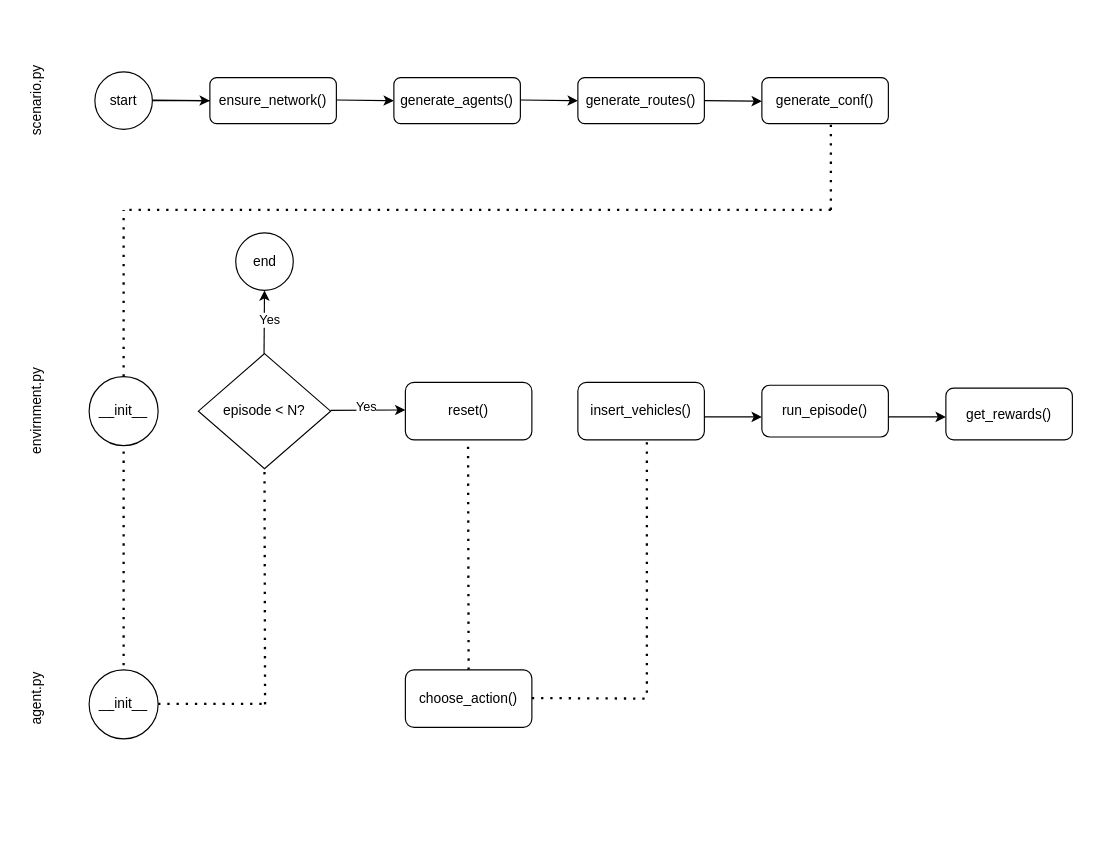
Before: Thesis.drawio in MiguelDonado/TFM_TraSIrr, a draw.io diagram. Source tidied: cells renumbered, new cells numbered last; positions are measured from the earlier drawing's top-left corner, leaving out a move shared by most shapes. Both pictures are drawn from the tidied source at 115%, with x=0, y=0 at pixel (-32, 71).
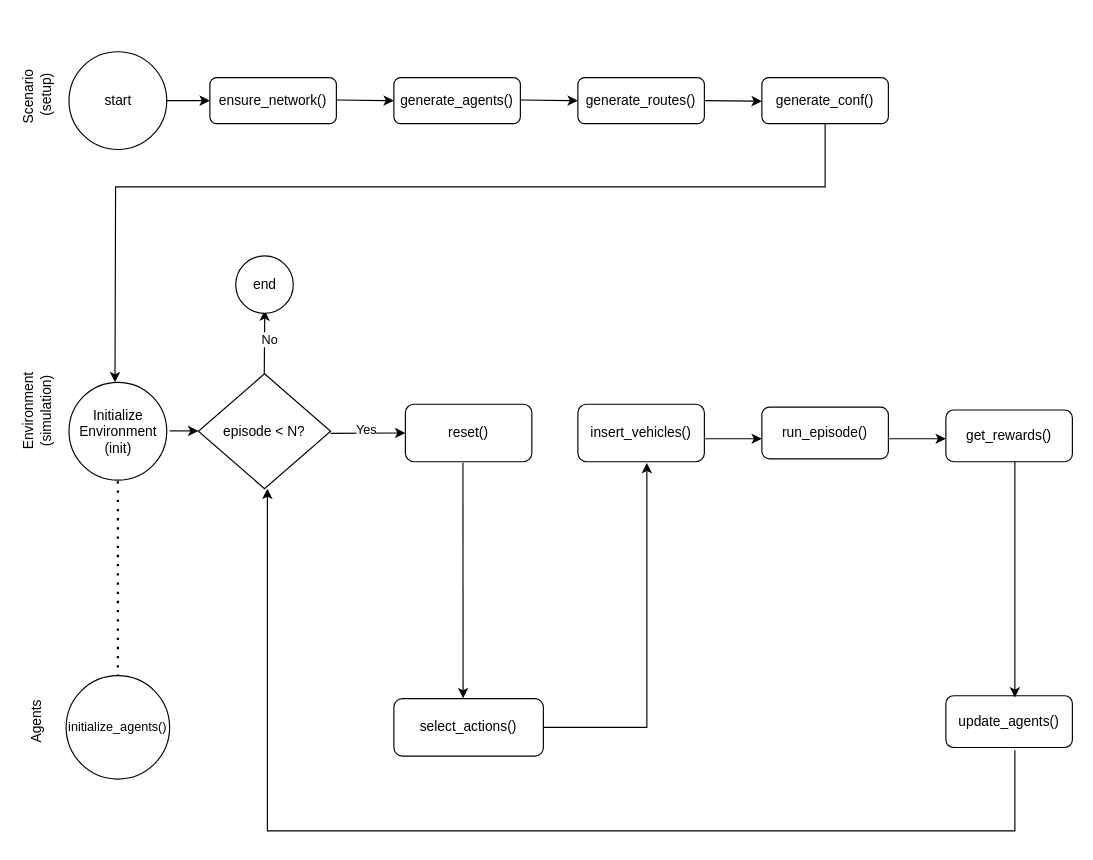
The same page after the edit.

Diff of the diagram source:
```diff
@@
-    <mxCell id="2" style="edgeStyle=orthogonalEdgeStyle;rounded=0;jettySize=auto;html=1;" parent="1" edge="1" source="3">
-      <mxGeometry relative="1" as="geometry">
-        <mxPoint x="240" y="25" as="targetPoint" />
-      </mxGeometry>
-    </mxCell>
     <mxCell id="3" value="start" style="ellipse;whiteSpace=wrap;html=1;" parent="1" vertex="1">
-      <mxGeometry x="110" width="50" height="50" as="geometry" />
+      <mxGeometry x="87.5" y="-17.5" width="85" height="85" as="geometry" />
     </mxCell>
-    <mxCell id="4" value="scenario.py" style="text;html=1;whiteSpace=wrap;strokeColor=none;fillColor=none;align=center;verticalAlign=middle;rounded=0;rotation=-90;" parent="1" vertex="1">
-      <mxGeometry y="10" width="120" height="30" as="geometry" />
+    <mxCell id="4" value="&lt;div&gt;Scenario&amp;nbsp;&lt;/div&gt;&lt;div&gt;(setup)&lt;/div&gt;" style="text;html=1;whiteSpace=wrap;strokeColor=none;fillColor=none;align=center;verticalAlign=middle;rounded=0;rotation=-90;" parent="1" vertex="1">
+      <mxGeometry x="-5" y="5" width="130" height="30" as="geometry" />
     </mxCell>
@@
-    <mxCell id="10" style="endArrow=classic;html=1;rounded=0;entryX=0;entryY=0.5;entryDx=0;entryDy=0;" parent="1" edge="1">
+    <mxCell id="10" style="endArrow=classic;html=1;rounded=0;entryX=0;entryY=0.5;entryDx=0;entryDy=0;exitX=1;exitY=0.5;exitDx=0;exitDy=0;" parent="1" edge="1" source="3">
       <mxGeometry relative="1" as="geometry">
-        <mxPoint x="160" y="24.5" as="sourcePoint" />
         <mxPoint x="210" y="25" as="targetPoint" />
       </mxGeometry>
     </mxCell>
@@
-    <mxCell id="17" value="envirnment.py" style="text;html=1;whiteSpace=wrap;strokeColor=none;fillColor=none;align=center;verticalAlign=middle;rounded=0;rotation=-90;" parent="1" vertex="1">
+    <mxCell id="17" value="&lt;div&gt;Environment&lt;/div&gt;(simulation)" style="text;html=1;whiteSpace=wrap;strokeColor=none;fillColor=none;align=center;verticalAlign=middle;rounded=0;rotation=-90;" parent="1" vertex="1">
       <mxGeometry y="280" width="120" height="30" as="geometry" />
     </mxCell>
-    <mxCell id="18" style="endArrow=none;dashed=1;html=1;dashPattern=1 3;strokeWidth=2;rounded=0;" parent="1" edge="1">
-      <mxGeometry relative="1" as="geometry">
-        <mxPoint x="750" y="120" as="sourcePoint" />
-        <mxPoint x="750" y="45" as="targetPoint" />
-      </mxGeometry>
-    </mxCell>
-    <mxCell id="19" style="endArrow=none;dashed=1;html=1;dashPattern=1 3;strokeWidth=2;rounded=0;" parent="1" edge="1">
-      <mxGeometry relative="1" as="geometry">
-        <mxPoint x="140" y="120" as="sourcePoint" />
-        <mxPoint x="750" y="120" as="targetPoint" />
-      </mxGeometry>
-    </mxCell>
-    <mxCell id="20" value="__init__" style="ellipse;whiteSpace=wrap;html=1;" parent="1" vertex="1">
-      <mxGeometry x="105" y="265" width="60" height="60" as="geometry" />
+    <mxCell id="20" value="Initialize Environment&lt;br&gt;(init)" style="ellipse;whiteSpace=wrap;html=1;" parent="1" vertex="1">
+      <mxGeometry x="87.5" y="270" width="85" height="85" as="geometry" />
     </mxCell>
-    <mxCell id="21" value="agent.py" style="text;html=1;whiteSpace=wrap;strokeColor=none;fillColor=none;align=center;verticalAlign=middle;rounded=0;rotation=-90;" parent="1" vertex="1">
-      <mxGeometry y="530" width="120" height="30" as="geometry" />
+    <mxCell id="21" value="&lt;div&gt;Agents&lt;/div&gt;" style="text;html=1;whiteSpace=wrap;strokeColor=none;fillColor=none;align=center;verticalAlign=middle;rounded=0;rotation=-90;" parent="1" vertex="1">
+      <mxGeometry y="550" width="120" height="30" as="geometry" />
     </mxCell>
-    <mxCell id="22" style="endArrow=none;dashed=1;html=1;dashPattern=1 3;strokeWidth=2;rounded=0;entryX=0.5;entryY=0;entryDx=0;entryDy=0;" parent="1" edge="1">
+    <mxCell id="22" style="endArrow=none;dashed=1;html=1;dashPattern=1 3;strokeWidth=2;rounded=0;entryX=0.5;entryY=0;entryDx=0;entryDy=0;" parent="1" edge="1" target="42">
       <mxGeometry relative="1" as="geometry">
-        <mxPoint x="135" y="330" as="sourcePoint" />
-        <mxPoint x="135" y="520" as="targetPoint" />
+        <mxPoint x="130" y="356" as="sourcePoint" />
       </mxGeometry>
     </mxCell>
-    <mxCell id="23" style="endArrow=none;dashed=1;html=1;dashPattern=1 3;strokeWidth=2;rounded=0;" parent="1" edge="1">
-      <mxGeometry relative="1" as="geometry">
-        <mxPoint x="165" y="549.6" as="sourcePoint" />
-        <mxPoint x="255" y="549.6" as="targetPoint" />
-      </mxGeometry>
-    </mxCell>
     <mxCell id="24" value="episode &amp;lt; N?" style="rhombus;whiteSpace=wrap;html=1;" parent="1" vertex="1">
-      <mxGeometry x="200" y="245" width="115" height="100" as="geometry" />
+      <mxGeometry x="200" y="262.5" width="115" height="100" as="geometry" />
     </mxCell>
     <mxCell id="25" style="endArrow=classic;html=1;rounded=0;" parent="1" edge="1">
       <mxGeometry relative="1" as="geometry">
-        <mxPoint x="315" y="294.4" as="sourcePoint" />
-        <mxPoint x="380" y="294" as="targetPoint" />
+        <mxPoint x="315" y="314.4" as="sourcePoint" />
+        <mxPoint x="380" y="314" as="targetPoint" />
       </mxGeometry>
     </mxCell>
@@
     <mxCell id="27" value="reset()" style="rounded=1;whiteSpace=wrap;html=1;" parent="1" vertex="1">
-      <mxGeometry x="380" y="270" width="110" height="50" as="geometry" />
+      <mxGeometry x="380" y="289" width="110" height="50" as="geometry" />
     </mxCell>
-    <mxCell id="28" style="endArrow=none;dashed=1;html=1;dashPattern=1 3;strokeWidth=2;rounded=0;exitX=0.5;exitY=0;exitDx=0;exitDy=0;" parent="1" edge="1" source="29">
-      <mxGeometry relative="1" as="geometry">
-        <mxPoint x="434.5" y="320" as="targetPoint" />
-      </mxGeometry>
-    </mxCell>
-    <mxCell id="29" value="choose_action()" style="rounded=1;whiteSpace=wrap;html=1;" parent="1" vertex="1">
-      <mxGeometry x="380" y="520" width="110" height="50" as="geometry" />
+    <mxCell id="29" value="select_actions()" style="rounded=1;whiteSpace=wrap;html=1;" parent="1" vertex="1">
+      <mxGeometry x="370" y="545" width="130" height="50" as="geometry" />
     </mxCell>
-    <mxCell id="30" style="endArrow=none;dashed=1;html=1;dashPattern=1 3;strokeWidth=2;rounded=0;" parent="1" edge="1">
-      <mxGeometry relative="1" as="geometry">
-        <mxPoint x="490" y="544.5" as="sourcePoint" />
-        <mxPoint x="590" y="545" as="targetPoint" />
-      </mxGeometry>
-    </mxCell>
-    <mxCell id="31" style="endArrow=none;dashed=1;html=1;dashPattern=1 3;strokeWidth=2;rounded=0;entryX=0.5;entryY=1;entryDx=0;entryDy=0;" parent="1" edge="1" target="24">
-      <mxGeometry relative="1" as="geometry">
-        <mxPoint x="258" y="550" as="sourcePoint" />
-      </mxGeometry>
-    </mxCell>
     <mxCell id="32" value="insert_vehicles()" style="rounded=1;whiteSpace=wrap;html=1;" parent="1" vertex="1">
-      <mxGeometry x="530" y="270" width="110" height="50" as="geometry" />
+      <mxGeometry x="530" y="289" width="110" height="50" as="geometry" />
     </mxCell>
-    <mxCell id="33" style="endArrow=none;dashed=1;html=1;dashPattern=1 3;strokeWidth=2;rounded=0;" parent="1" edge="1">
-      <mxGeometry relative="1" as="geometry">
-        <mxPoint x="590" y="540" as="sourcePoint" />
-        <mxPoint x="590" y="320" as="targetPoint" />
-      </mxGeometry>
-    </mxCell>
     <mxCell id="34" style="endArrow=classic;html=1;rounded=0;" parent="1" edge="1">
       <mxGeometry relative="1" as="geometry">
-        <mxPoint x="640" y="300" as="sourcePoint" />
-        <mxPoint x="690" y="300" as="targetPoint" />
+        <mxPoint x="640" y="319" as="sourcePoint" />
+        <mxPoint x="690" y="319" as="targetPoint" />
       </mxGeometry>
     </mxCell>
     <mxCell id="35" value="run_episode()" style="rounded=1;whiteSpace=wrap;html=1;" parent="1" vertex="1">
-      <mxGeometry x="690" y="272.5" width="110" height="45" as="geometry" />
+      <mxGeometry x="690" y="291.5" width="110" height="45" as="geometry" />
     </mxCell>
     <mxCell id="36" style="endArrow=classic;html=1;rounded=0;" parent="1" edge="1">
       <mxGeometry relative="1" as="geometry">
-        <mxPoint x="800" y="300" as="sourcePoint" />
-        <mxPoint x="850" y="300" as="targetPoint" />
+        <mxPoint x="800" y="319" as="sourcePoint" />
+        <mxPoint x="850" y="319" as="targetPoint" />
       </mxGeometry>
     </mxCell>
     <mxCell id="37" value="get_rewards()" style="rounded=1;whiteSpace=wrap;html=1;" parent="1" vertex="1">
-      <mxGeometry x="850" y="275" width="110" height="45" as="geometry" />
+      <mxGeometry x="850" y="294" width="110" height="45" as="geometry" />
     </mxCell>
-    <mxCell id="38" style="endArrow=classic;html=1;rounded=0;entryX=0.5;entryY=1;entryDx=0;entryDy=0;" parent="1" edge="1" target="41">
+    <mxCell id="38" style="endArrow=classic;html=1;rounded=0;entryX=0.5;entryY=1;entryDx=0;entryDy=0;" parent="1" edge="1">
       <mxGeometry relative="1" as="geometry">
-        <mxPoint x="257.1" y="245" as="sourcePoint" />
+        <mxPoint x="257.3" y="262.5" as="sourcePoint" />
+        <mxPoint x="257.7" y="207.5" as="targetPoint" />
       </mxGeometry>
     </mxCell>
-    <mxCell id="39" value="Yes" style="edgeLabel;html=1;align=center;verticalAlign=middle;" parent="38" vertex="1">
+    <mxCell id="39" value="No" style="edgeLabel;html=1;align=center;verticalAlign=middle;" parent="38" vertex="1">
       <mxGeometry x="-0.13" y="-2" relative="1" as="geometry">
         <mxPoint x="2" y="-6" as="offset" />
       </mxGeometry>
     </mxCell>
-    <mxCell id="40" style="endArrow=none;dashed=1;html=1;dashPattern=1 3;strokeWidth=2;rounded=0;exitX=0.5;exitY=0;exitDx=0;exitDy=0;" parent="1" edge="1" source="20">
-      <mxGeometry relative="1" as="geometry">
-        <mxPoint x="135" y="120" as="targetPoint" />
-      </mxGeometry>
-    </mxCell>
     <mxCell id="41" value="end" style="ellipse;whiteSpace=wrap;html=1;" parent="1" vertex="1">
-      <mxGeometry x="232.5" y="140" width="50" height="50" as="geometry" />
+      <mxGeometry x="232.5" y="160" width="50" height="50" as="geometry" />
     </mxCell>
-    <mxCell id="42" value="__init__" style="ellipse;whiteSpace=wrap;html=1;" parent="1" vertex="1">
-      <mxGeometry x="105" y="520" width="60" height="60" as="geometry" />
+    <mxCell id="42" value="&lt;font style=&quot;font-size: 11px;&quot;&gt;initialize_agents()&lt;/font&gt;" style="ellipse;whiteSpace=wrap;html=1;" parent="1" vertex="1">
+      <mxGeometry x="85" y="525" width="90" height="90" as="geometry" />
     </mxCell>
+    <mxCell id="43" value="update_agents()" style="rounded=1;whiteSpace=wrap;html=1;" parent="1" vertex="1">
+      <mxGeometry x="850" y="542.5" width="110" height="45" as="geometry" />
+    </mxCell>
+    <mxCell id="44" style="endArrow=classic;html=1;rounded=0;entryX=0;entryY=0.5;entryDx=0;entryDy=0;exitX=1;exitY=0.5;exitDx=0;exitDy=0;" parent="1" edge="1">
+      <mxGeometry relative="1" as="geometry">
+        <mxPoint x="175" y="312.2" as="sourcePoint" />
+        <mxPoint x="200" y="312.2" as="targetPoint" />
+      </mxGeometry>
+    </mxCell>
+    <mxCell id="45" style="endArrow=classic;html=1;rounded=0;exitX=0.455;exitY=1.02;exitDx=0;exitDy=0;exitPerimeter=0;entryX=0.463;entryY=-0.006;entryDx=0;entryDy=0;entryPerimeter=0;" parent="1" edge="1" source="27" target="29">
+      <mxGeometry relative="1" as="geometry" />
+    </mxCell>
+    <mxCell id="46" style="endArrow=classic;html=1;rounded=0;exitX=0.455;exitY=1.02;exitDx=0;exitDy=0;exitPerimeter=0;entryX=0.463;entryY=-0.006;entryDx=0;entryDy=0;entryPerimeter=0;" parent="1" edge="1">
+      <mxGeometry relative="1" as="geometry">
+        <mxPoint x="910" y="339" as="sourcePoint" />
+        <mxPoint x="910" y="544" as="targetPoint" />
+      </mxGeometry>
+    </mxCell>
+    <mxCell id="47" style="endArrow=classic;html=1;rounded=0;curved=0;" parent="1" edge="1">
+      <mxGeometry relative="1" as="geometry">
+        <mxPoint x="500" y="570" as="sourcePoint" />
+        <mxPoint x="590" y="340" as="targetPoint" />
+        <Array as="points">
+          <mxPoint x="590" y="570" />
+        </Array>
+      </mxGeometry>
+    </mxCell>
+    <mxCell id="48" style="endArrow=classic;html=1;rounded=0;" parent="1" edge="1">
+      <mxGeometry relative="1" as="geometry">
+        <mxPoint x="910" y="590" as="sourcePoint" />
+        <mxPoint x="260" y="362.5" as="targetPoint" />
+        <Array as="points">
+          <mxPoint x="910" y="660" />
+          <mxPoint x="260" y="660" />
+        </Array>
+      </mxGeometry>
+    </mxCell>
+    <mxCell id="49" style="endArrow=classic;html=1;rounded=0;curved=0;entryX=0.5;entryY=0;entryDx=0;entryDy=0;" parent="1" edge="1">
+      <mxGeometry relative="1" as="geometry">
+        <mxPoint x="745" y="45" as="sourcePoint" />
+        <mxPoint x="127.5" y="270" as="targetPoint" />
+        <Array as="points">
+          <mxPoint x="745" y="100" />
+          <mxPoint x="128" y="100" />
+        </Array>
+      </mxGeometry>
+    </mxCell>
```
